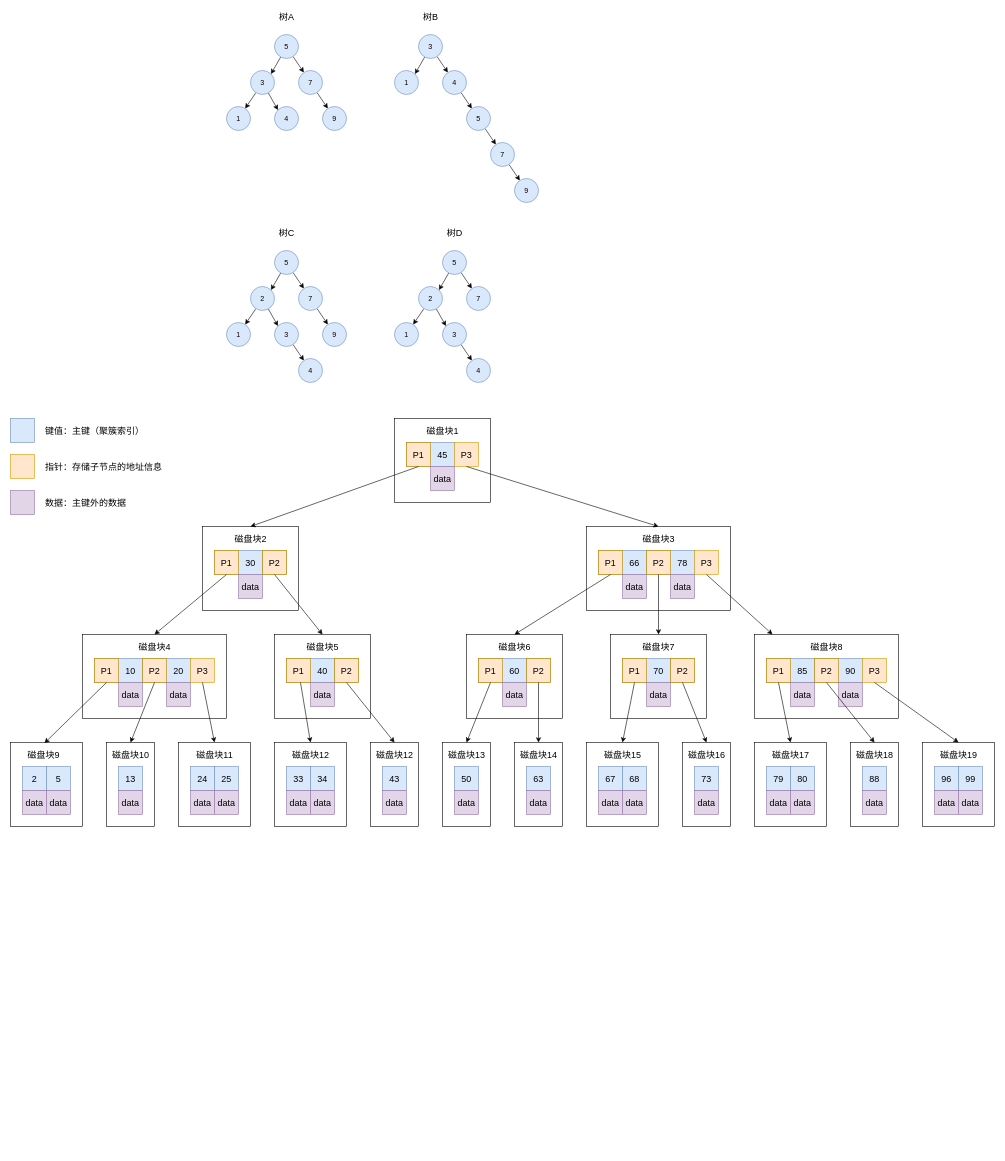
zero-97/picture-of-the-article keeps this draw.io diagram as MySQL 的 B+Tree/MySQL 的 B+Tree.drawio. Above is the earlier version. Source tidied: cells renumbered, new cells numbered last; positions are measured from the earlier drawing's top-left corner, leaving out a move shared by most shapes. Both pictures are drawn from the tidied source at 60%, with x=0, y=0 at pixel (10, 10).
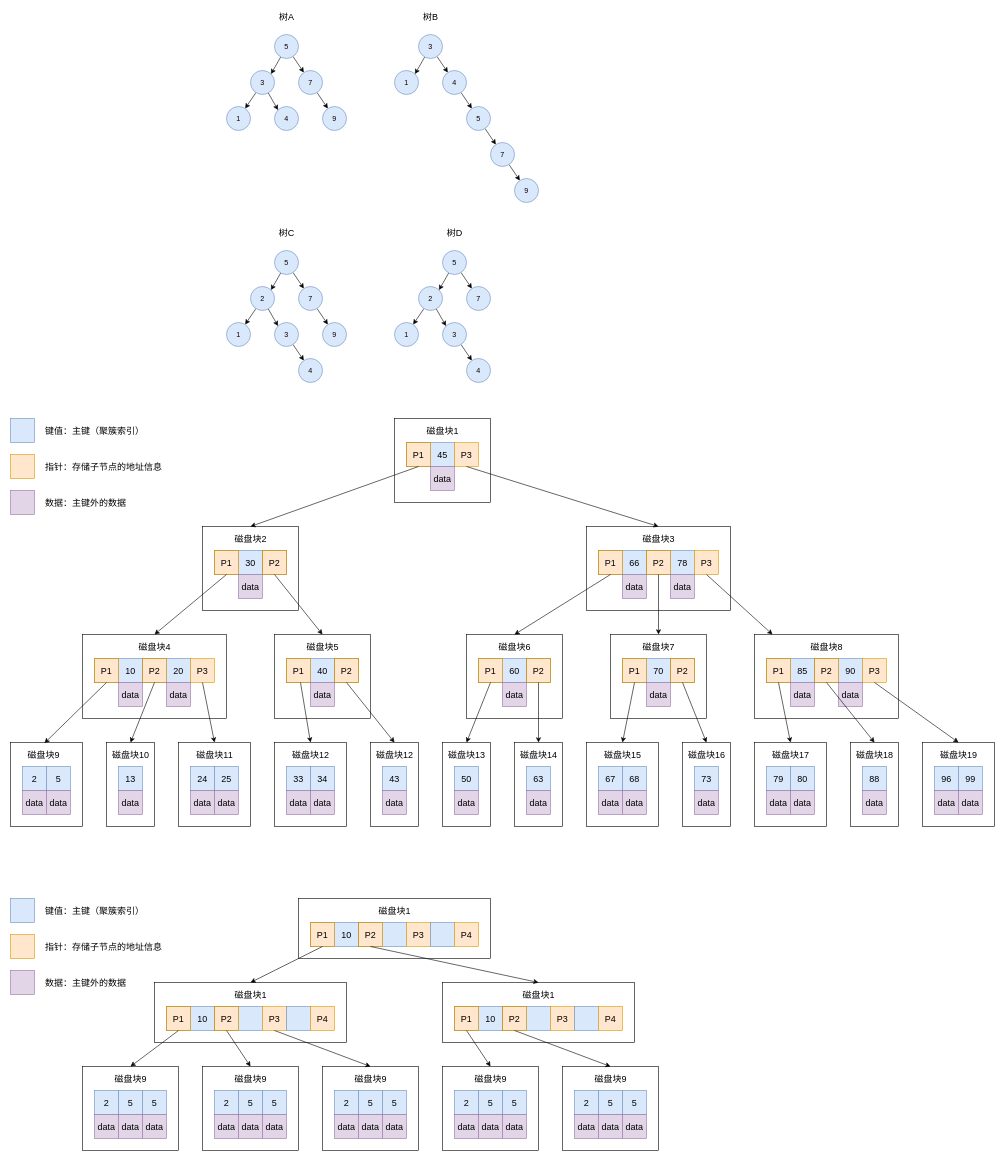
The same diagram, later.

The edit, as a diff of the source:
```diff
@@
+    <mxCell id="229" style="rounded=0;whiteSpace=wrap;html=1;fontSize=15;fillColor=#dae8fc;strokeColor=#6c8ebf;" parent="1" vertex="1">
+      <mxGeometry y="1480" width="40" height="40" as="geometry" />
+    </mxCell>
+    <mxCell id="230" style="rounded=0;whiteSpace=wrap;html=1;fontSize=15;fillColor=#ffe6cc;strokeColor=#d79b00;" parent="1" vertex="1">
+      <mxGeometry y="1540" width="40" height="40" as="geometry" />
+    </mxCell>
+    <mxCell id="231" style="rounded=0;whiteSpace=wrap;html=1;fontSize=15;fillColor=#e1d5e7;strokeColor=#9673a6;" parent="1" vertex="1">
+      <mxGeometry y="1600" width="40" height="40" as="geometry" />
+    </mxCell>
+    <mxCell id="232" value="键值：主键（聚簇索引）" style="text;html=1;align=center;verticalAlign=middle;strokeColor=none;fillColor=none;fontSize=15;" parent="1" vertex="1">
+      <mxGeometry x="50" y="1490" width="180" height="20" as="geometry" />
+    </mxCell>
+    <mxCell id="233" value="指针：存储子节点的地址信息" style="text;html=1;align=center;verticalAlign=middle;strokeColor=none;fillColor=none;fontSize=15;" parent="1" vertex="1">
+      <mxGeometry x="50" y="1550" width="210" height="20" as="geometry" />
+    </mxCell>
+    <mxCell id="234" value="数据：主键外的数据" style="text;html=1;align=center;verticalAlign=middle;strokeColor=none;fillColor=none;fontSize=15;" parent="1" vertex="1">
+      <mxGeometry x="50" y="1610" width="150" height="20" as="geometry" />
+    </mxCell>
+    <mxCell id="235" style="group;" parent="1" vertex="1">
+      <mxGeometry x="480" y="1480" width="320" height="100" as="geometry" />
+    </mxCell>
+    <mxCell id="236" style="rounded=0;whiteSpace=wrap;html=1;fontSize=15;" parent="235" vertex="1">
+      <mxGeometry width="320" height="100" as="geometry" />
+    </mxCell>
+    <mxCell id="237" style="rounded=0;whiteSpace=wrap;html=1;fontSize=15;" parent="235" vertex="1">
+      <mxGeometry x="20" y="40" width="40" height="40" as="geometry" />
+    </mxCell>
+    <mxCell id="238" value="10" style="rounded=0;whiteSpace=wrap;html=1;fontSize=15;fillColor=#dae8fc;strokeColor=#6c8ebf;" parent="235" vertex="1">
+      <mxGeometry x="60" y="40" width="40" height="40" as="geometry" />
+    </mxCell>
+    <mxCell id="239" style="rounded=0;whiteSpace=wrap;html=1;fontSize=15;" parent="235" vertex="1">
+      <mxGeometry x="100" y="40" width="40" height="40" as="geometry" />
+    </mxCell>
+    <mxCell id="240" style="rounded=0;whiteSpace=wrap;html=1;fontSize=15;fillColor=#dae8fc;strokeColor=#6c8ebf;" parent="235" vertex="1">
+      <mxGeometry x="140" y="40" width="40" height="40" as="geometry" />
+    </mxCell>
+    <mxCell id="241" value="P3" style="rounded=0;whiteSpace=wrap;html=1;fontSize=15;fillColor=#ffe6cc;strokeColor=#d79b00;" parent="235" vertex="1">
+      <mxGeometry x="180" y="40" width="40" height="40" as="geometry" />
+    </mxCell>
+    <mxCell id="242" value="P1" style="rounded=0;whiteSpace=wrap;html=1;fontSize=15;fillColor=#ffe6cc;strokeColor=#d79b00;" parent="235" vertex="1">
+      <mxGeometry x="20" y="40" width="40" height="40" as="geometry" />
+    </mxCell>
+    <mxCell id="243" value="P2" style="rounded=0;whiteSpace=wrap;html=1;fontSize=15;fillColor=#ffe6cc;strokeColor=#d79b00;" parent="235" vertex="1">
+      <mxGeometry x="100" y="40" width="40" height="40" as="geometry" />
+    </mxCell>
+    <mxCell id="244" value="磁盘块1" style="text;html=1;align=center;verticalAlign=middle;strokeColor=none;fillColor=none;fontSize=15;" parent="235" vertex="1">
+      <mxGeometry x="125" y="10" width="70" height="20" as="geometry" />
+    </mxCell>
+    <mxCell id="245" style="rounded=0;whiteSpace=wrap;html=1;fontSize=15;fillColor=#dae8fc;strokeColor=#6c8ebf;" parent="235" vertex="1">
+      <mxGeometry x="220" y="40" width="40" height="40" as="geometry" />
+    </mxCell>
+    <mxCell id="246" value="P4" style="rounded=0;whiteSpace=wrap;html=1;fontSize=15;fillColor=#ffe6cc;strokeColor=#d79b00;" parent="235" vertex="1">
+      <mxGeometry x="260" y="40" width="40" height="40" as="geometry" />
+    </mxCell>
+    <mxCell id="247" style="group;" parent="1" vertex="1">
+      <mxGeometry x="240" y="1620" width="320" height="100" as="geometry" />
+    </mxCell>
+    <mxCell id="248" style="rounded=0;whiteSpace=wrap;html=1;fontSize=15;" parent="247" vertex="1">
+      <mxGeometry width="320" height="100" as="geometry" />
+    </mxCell>
+    <mxCell id="249" style="rounded=0;whiteSpace=wrap;html=1;fontSize=15;" parent="247" vertex="1">
+      <mxGeometry x="20" y="40" width="40" height="40" as="geometry" />
+    </mxCell>
+    <mxCell id="250" value="10" style="rounded=0;whiteSpace=wrap;html=1;fontSize=15;fillColor=#dae8fc;strokeColor=#6c8ebf;" parent="247" vertex="1">
+      <mxGeometry x="60" y="40" width="40" height="40" as="geometry" />
+    </mxCell>
+    <mxCell id="251" style="rounded=0;whiteSpace=wrap;html=1;fontSize=15;" parent="247" vertex="1">
+      <mxGeometry x="100" y="40" width="40" height="40" as="geometry" />
+    </mxCell>
+    <mxCell id="252" style="rounded=0;whiteSpace=wrap;html=1;fontSize=15;fillColor=#dae8fc;strokeColor=#6c8ebf;" parent="247" vertex="1">
+      <mxGeometry x="140" y="40" width="40" height="40" as="geometry" />
+    </mxCell>
+    <mxCell id="253" value="P3" style="rounded=0;whiteSpace=wrap;html=1;fontSize=15;fillColor=#ffe6cc;strokeColor=#d79b00;" parent="247" vertex="1">
+      <mxGeometry x="180" y="40" width="40" height="40" as="geometry" />
+    </mxCell>
+    <mxCell id="254" value="P1" style="rounded=0;whiteSpace=wrap;html=1;fontSize=15;fillColor=#ffe6cc;strokeColor=#d79b00;" parent="247" vertex="1">
+      <mxGeometry x="20" y="40" width="40" height="40" as="geometry" />
+    </mxCell>
+    <mxCell id="255" value="P2" style="rounded=0;whiteSpace=wrap;html=1;fontSize=15;fillColor=#ffe6cc;strokeColor=#d79b00;" parent="247" vertex="1">
+      <mxGeometry x="100" y="40" width="40" height="40" as="geometry" />
+    </mxCell>
+    <mxCell id="256" value="磁盘块1" style="text;html=1;align=center;verticalAlign=middle;strokeColor=none;fillColor=none;fontSize=15;" parent="247" vertex="1">
+      <mxGeometry x="125" y="10" width="70" height="20" as="geometry" />
+    </mxCell>
+    <mxCell id="257" style="rounded=0;whiteSpace=wrap;html=1;fontSize=15;fillColor=#dae8fc;strokeColor=#6c8ebf;" parent="247" vertex="1">
+      <mxGeometry x="220" y="40" width="40" height="40" as="geometry" />
+    </mxCell>
+    <mxCell id="258" value="P4" style="rounded=0;whiteSpace=wrap;html=1;fontSize=15;fillColor=#ffe6cc;strokeColor=#d79b00;" parent="247" vertex="1">
+      <mxGeometry x="260" y="40" width="40" height="40" as="geometry" />
+    </mxCell>
+    <mxCell id="259" style="group;" parent="1" vertex="1">
+      <mxGeometry x="720" y="1620" width="320" height="100" as="geometry" />
+    </mxCell>
+    <mxCell id="260" style="rounded=0;whiteSpace=wrap;html=1;fontSize=15;" parent="259" vertex="1">
+      <mxGeometry width="320" height="100" as="geometry" />
+    </mxCell>
+    <mxCell id="261" style="rounded=0;whiteSpace=wrap;html=1;fontSize=15;" parent="259" vertex="1">
+      <mxGeometry x="20" y="40" width="40" height="40" as="geometry" />
+    </mxCell>
+    <mxCell id="262" value="10" style="rounded=0;whiteSpace=wrap;html=1;fontSize=15;fillColor=#dae8fc;strokeColor=#6c8ebf;" parent="259" vertex="1">
+      <mxGeometry x="60" y="40" width="40" height="40" as="geometry" />
+    </mxCell>
+    <mxCell id="263" style="rounded=0;whiteSpace=wrap;html=1;fontSize=15;" parent="259" vertex="1">
+      <mxGeometry x="100" y="40" width="40" height="40" as="geometry" />
+    </mxCell>
+    <mxCell id="264" style="rounded=0;whiteSpace=wrap;html=1;fontSize=15;fillColor=#dae8fc;strokeColor=#6c8ebf;" parent="259" vertex="1">
+      <mxGeometry x="140" y="40" width="40" height="40" as="geometry" />
+    </mxCell>
+    <mxCell id="265" value="P3" style="rounded=0;whiteSpace=wrap;html=1;fontSize=15;fillColor=#ffe6cc;strokeColor=#d79b00;" parent="259" vertex="1">
+      <mxGeometry x="180" y="40" width="40" height="40" as="geometry" />
+    </mxCell>
+    <mxCell id="266" value="P1" style="rounded=0;whiteSpace=wrap;html=1;fontSize=15;fillColor=#ffe6cc;strokeColor=#d79b00;" parent="259" vertex="1">
+      <mxGeometry x="20" y="40" width="40" height="40" as="geometry" />
+    </mxCell>
+    <mxCell id="267" value="P2" style="rounded=0;whiteSpace=wrap;html=1;fontSize=15;fillColor=#ffe6cc;strokeColor=#d79b00;" parent="259" vertex="1">
+      <mxGeometry x="100" y="40" width="40" height="40" as="geometry" />
+    </mxCell>
+    <mxCell id="268" value="磁盘块1" style="text;html=1;align=center;verticalAlign=middle;strokeColor=none;fillColor=none;fontSize=15;" parent="259" vertex="1">
+      <mxGeometry x="125" y="10" width="70" height="20" as="geometry" />
+    </mxCell>
+    <mxCell id="269" style="rounded=0;whiteSpace=wrap;html=1;fontSize=15;fillColor=#dae8fc;strokeColor=#6c8ebf;" parent="259" vertex="1">
+      <mxGeometry x="220" y="40" width="40" height="40" as="geometry" />
+    </mxCell>
+    <mxCell id="270" value="P4" style="rounded=0;whiteSpace=wrap;html=1;fontSize=15;fillColor=#ffe6cc;strokeColor=#d79b00;" parent="259" vertex="1">
+      <mxGeometry x="260" y="40" width="40" height="40" as="geometry" />
+    </mxCell>
+    <mxCell id="271" style="edgeStyle=none;rounded=0;jettySize=auto;html=1;entryX=0.5;entryY=0;entryDx=0;entryDy=0;fontSize=15;exitX=0.5;exitY=1;exitDx=0;exitDy=0;" parent="1" edge="1" source="242" target="248">
+      <mxGeometry relative="1" as="geometry" />
+    </mxCell>
+    <mxCell id="272" style="edgeStyle=none;rounded=0;jettySize=auto;html=1;entryX=0.5;entryY=0;entryDx=0;entryDy=0;fontSize=15;exitX=0.5;exitY=1;exitDx=0;exitDy=0;" parent="1" edge="1" source="243" target="260">
+      <mxGeometry relative="1" as="geometry" />
+    </mxCell>
+    <mxCell id="273" style="group;" parent="1" vertex="1">
+      <mxGeometry x="520" y="1760" width="160" height="140" as="geometry" />
+    </mxCell>
+    <mxCell id="274" style="rounded=0;whiteSpace=wrap;html=1;fontSize=15;" parent="273" vertex="1">
+      <mxGeometry width="160" height="140" as="geometry" />
+    </mxCell>
+    <mxCell id="275" value="2" style="rounded=0;whiteSpace=wrap;html=1;fontSize=15;fillColor=#dae8fc;strokeColor=#6c8ebf;" parent="273" vertex="1">
+      <mxGeometry x="20" y="40" width="40" height="40" as="geometry" />
+    </mxCell>
+    <mxCell id="276" value="data" style="rounded=0;whiteSpace=wrap;html=1;fontSize=15;fillColor=#e1d5e7;strokeColor=#9673a6;" parent="273" vertex="1">
+      <mxGeometry x="20" y="80" width="40" height="40" as="geometry" />
+    </mxCell>
+    <mxCell id="277" value="磁盘块9" style="text;html=1;align=center;verticalAlign=middle;strokeColor=none;fillColor=none;fontSize=15;" parent="273" vertex="1">
+      <mxGeometry x="45" y="10" width="70" height="20" as="geometry" />
+    </mxCell>
+    <mxCell id="278" value="5" style="rounded=0;whiteSpace=wrap;html=1;fontSize=15;fillColor=#dae8fc;strokeColor=#6c8ebf;" parent="273" vertex="1">
+      <mxGeometry x="60" y="40" width="40" height="40" as="geometry" />
+    </mxCell>
+    <mxCell id="279" value="data" style="rounded=0;whiteSpace=wrap;html=1;fontSize=15;fillColor=#e1d5e7;strokeColor=#9673a6;" parent="273" vertex="1">
+      <mxGeometry x="60" y="80" width="40" height="40" as="geometry" />
+    </mxCell>
+    <mxCell id="280" value="5" style="rounded=0;whiteSpace=wrap;html=1;fontSize=15;fillColor=#dae8fc;strokeColor=#6c8ebf;" parent="273" vertex="1">
+      <mxGeometry x="100" y="40" width="40" height="40" as="geometry" />
+    </mxCell>
+    <mxCell id="281" value="data" style="rounded=0;whiteSpace=wrap;html=1;fontSize=15;fillColor=#e1d5e7;strokeColor=#9673a6;" parent="273" vertex="1">
+      <mxGeometry x="100" y="80" width="40" height="40" as="geometry" />
+    </mxCell>
+    <mxCell id="282" style="group;" parent="1" vertex="1">
+      <mxGeometry x="320" y="1760" width="160" height="140" as="geometry" />
+    </mxCell>
+    <mxCell id="283" style="rounded=0;whiteSpace=wrap;html=1;fontSize=15;" parent="282" vertex="1">
+      <mxGeometry width="160" height="140" as="geometry" />
+    </mxCell>
+    <mxCell id="284" value="2" style="rounded=0;whiteSpace=wrap;html=1;fontSize=15;fillColor=#dae8fc;strokeColor=#6c8ebf;" parent="282" vertex="1">
+      <mxGeometry x="20" y="40" width="40" height="40" as="geometry" />
+    </mxCell>
+    <mxCell id="285" value="data" style="rounded=0;whiteSpace=wrap;html=1;fontSize=15;fillColor=#e1d5e7;strokeColor=#9673a6;" parent="282" vertex="1">
+      <mxGeometry x="20" y="80" width="40" height="40" as="geometry" />
+    </mxCell>
+    <mxCell id="286" value="磁盘块9" style="text;html=1;align=center;verticalAlign=middle;strokeColor=none;fillColor=none;fontSize=15;" parent="282" vertex="1">
+      <mxGeometry x="45" y="10" width="70" height="20" as="geometry" />
+    </mxCell>
+    <mxCell id="287" value="5" style="rounded=0;whiteSpace=wrap;html=1;fontSize=15;fillColor=#dae8fc;strokeColor=#6c8ebf;" parent="282" vertex="1">
+      <mxGeometry x="60" y="40" width="40" height="40" as="geometry" />
+    </mxCell>
+    <mxCell id="288" value="data" style="rounded=0;whiteSpace=wrap;html=1;fontSize=15;fillColor=#e1d5e7;strokeColor=#9673a6;" parent="282" vertex="1">
+      <mxGeometry x="60" y="80" width="40" height="40" as="geometry" />
+    </mxCell>
+    <mxCell id="289" value="5" style="rounded=0;whiteSpace=wrap;html=1;fontSize=15;fillColor=#dae8fc;strokeColor=#6c8ebf;" parent="282" vertex="1">
+      <mxGeometry x="100" y="40" width="40" height="40" as="geometry" />
+    </mxCell>
+    <mxCell id="290" value="data" style="rounded=0;whiteSpace=wrap;html=1;fontSize=15;fillColor=#e1d5e7;strokeColor=#9673a6;" parent="282" vertex="1">
+      <mxGeometry x="100" y="80" width="40" height="40" as="geometry" />
+    </mxCell>
+    <mxCell id="291" style="group;" parent="1" vertex="1">
+      <mxGeometry x="120" y="1760" width="160" height="140" as="geometry" />
+    </mxCell>
+    <mxCell id="292" style="rounded=0;whiteSpace=wrap;html=1;fontSize=15;" parent="291" vertex="1">
+      <mxGeometry width="160" height="140" as="geometry" />
+    </mxCell>
+    <mxCell id="293" value="2" style="rounded=0;whiteSpace=wrap;html=1;fontSize=15;fillColor=#dae8fc;strokeColor=#6c8ebf;" parent="291" vertex="1">
+      <mxGeometry x="20" y="40" width="40" height="40" as="geometry" />
+    </mxCell>
+    <mxCell id="294" value="data" style="rounded=0;whiteSpace=wrap;html=1;fontSize=15;fillColor=#e1d5e7;strokeColor=#9673a6;" parent="291" vertex="1">
+      <mxGeometry x="20" y="80" width="40" height="40" as="geometry" />
+    </mxCell>
+    <mxCell id="295" value="磁盘块9" style="text;html=1;align=center;verticalAlign=middle;strokeColor=none;fillColor=none;fontSize=15;" parent="291" vertex="1">
+      <mxGeometry x="45" y="10" width="70" height="20" as="geometry" />
+    </mxCell>
+    <mxCell id="296" value="5" style="rounded=0;whiteSpace=wrap;html=1;fontSize=15;fillColor=#dae8fc;strokeColor=#6c8ebf;" parent="291" vertex="1">
+      <mxGeometry x="60" y="40" width="40" height="40" as="geometry" />
+    </mxCell>
+    <mxCell id="297" value="data" style="rounded=0;whiteSpace=wrap;html=1;fontSize=15;fillColor=#e1d5e7;strokeColor=#9673a6;" parent="291" vertex="1">
+      <mxGeometry x="60" y="80" width="40" height="40" as="geometry" />
+    </mxCell>
+    <mxCell id="298" value="5" style="rounded=0;whiteSpace=wrap;html=1;fontSize=15;fillColor=#dae8fc;strokeColor=#6c8ebf;" parent="291" vertex="1">
+      <mxGeometry x="100" y="40" width="40" height="40" as="geometry" />
+    </mxCell>
+    <mxCell id="299" value="data" style="rounded=0;whiteSpace=wrap;html=1;fontSize=15;fillColor=#e1d5e7;strokeColor=#9673a6;" parent="291" vertex="1">
+      <mxGeometry x="100" y="80" width="40" height="40" as="geometry" />
+    </mxCell>
+    <mxCell id="300" style="group;" parent="1" vertex="1">
+      <mxGeometry x="720" y="1760" width="160" height="140" as="geometry" />
+    </mxCell>
+    <mxCell id="301" style="rounded=0;whiteSpace=wrap;html=1;fontSize=15;" parent="300" vertex="1">
+      <mxGeometry width="160" height="140" as="geometry" />
+    </mxCell>
+    <mxCell id="302" value="2" style="rounded=0;whiteSpace=wrap;html=1;fontSize=15;fillColor=#dae8fc;strokeColor=#6c8ebf;" parent="300" vertex="1">
+      <mxGeometry x="20" y="40" width="40" height="40" as="geometry" />
+    </mxCell>
+    <mxCell id="303" value="data" style="rounded=0;whiteSpace=wrap;html=1;fontSize=15;fillColor=#e1d5e7;strokeColor=#9673a6;" parent="300" vertex="1">
+      <mxGeometry x="20" y="80" width="40" height="40" as="geometry" />
+    </mxCell>
+    <mxCell id="304" value="磁盘块9" style="text;html=1;align=center;verticalAlign=middle;strokeColor=none;fillColor=none;fontSize=15;" parent="300" vertex="1">
+      <mxGeometry x="45" y="10" width="70" height="20" as="geometry" />
+    </mxCell>
+    <mxCell id="305" value="5" style="rounded=0;whiteSpace=wrap;html=1;fontSize=15;fillColor=#dae8fc;strokeColor=#6c8ebf;" parent="300" vertex="1">
+      <mxGeometry x="60" y="40" width="40" height="40" as="geometry" />
+    </mxCell>
+    <mxCell id="306" value="data" style="rounded=0;whiteSpace=wrap;html=1;fontSize=15;fillColor=#e1d5e7;strokeColor=#9673a6;" parent="300" vertex="1">
+      <mxGeometry x="60" y="80" width="40" height="40" as="geometry" />
+    </mxCell>
+    <mxCell id="307" value="5" style="rounded=0;whiteSpace=wrap;html=1;fontSize=15;fillColor=#dae8fc;strokeColor=#6c8ebf;" parent="300" vertex="1">
+      <mxGeometry x="100" y="40" width="40" height="40" as="geometry" />
+    </mxCell>
+    <mxCell id="308" value="data" style="rounded=0;whiteSpace=wrap;html=1;fontSize=15;fillColor=#e1d5e7;strokeColor=#9673a6;" parent="300" vertex="1">
+      <mxGeometry x="100" y="80" width="40" height="40" as="geometry" />
+    </mxCell>
+    <mxCell id="309" style="group;" parent="1" vertex="1">
+      <mxGeometry x="920" y="1760" width="160" height="140" as="geometry" />
+    </mxCell>
+    <mxCell id="310" style="rounded=0;whiteSpace=wrap;html=1;fontSize=15;" parent="309" vertex="1">
+      <mxGeometry width="160" height="140" as="geometry" />
+    </mxCell>
+    <mxCell id="311" value="2" style="rounded=0;whiteSpace=wrap;html=1;fontSize=15;fillColor=#dae8fc;strokeColor=#6c8ebf;" parent="309" vertex="1">
+      <mxGeometry x="20" y="40" width="40" height="40" as="geometry" />
+    </mxCell>
+    <mxCell id="312" value="data" style="rounded=0;whiteSpace=wrap;html=1;fontSize=15;fillColor=#e1d5e7;strokeColor=#9673a6;" parent="309" vertex="1">
+      <mxGeometry x="20" y="80" width="40" height="40" as="geometry" />
+    </mxCell>
+    <mxCell id="313" value="磁盘块9" style="text;html=1;align=center;verticalAlign=middle;strokeColor=none;fillColor=none;fontSize=15;" parent="309" vertex="1">
+      <mxGeometry x="45" y="10" width="70" height="20" as="geometry" />
+    </mxCell>
+    <mxCell id="314" value="5" style="rounded=0;whiteSpace=wrap;html=1;fontSize=15;fillColor=#dae8fc;strokeColor=#6c8ebf;" parent="309" vertex="1">
+      <mxGeometry x="60" y="40" width="40" height="40" as="geometry" />
+    </mxCell>
+    <mxCell id="315" value="data" style="rounded=0;whiteSpace=wrap;html=1;fontSize=15;fillColor=#e1d5e7;strokeColor=#9673a6;" parent="309" vertex="1">
+      <mxGeometry x="60" y="80" width="40" height="40" as="geometry" />
+    </mxCell>
+    <mxCell id="316" value="5" style="rounded=0;whiteSpace=wrap;html=1;fontSize=15;fillColor=#dae8fc;strokeColor=#6c8ebf;" parent="309" vertex="1">
+      <mxGeometry x="100" y="40" width="40" height="40" as="geometry" />
+    </mxCell>
+    <mxCell id="317" value="data" style="rounded=0;whiteSpace=wrap;html=1;fontSize=15;fillColor=#e1d5e7;strokeColor=#9673a6;" parent="309" vertex="1">
+      <mxGeometry x="100" y="80" width="40" height="40" as="geometry" />
+    </mxCell>
+    <mxCell id="318" style="edgeStyle=none;rounded=0;jettySize=auto;html=1;entryX=0.5;entryY=0;entryDx=0;entryDy=0;fontSize=15;exitX=0.5;exitY=1;exitDx=0;exitDy=0;" parent="1" edge="1" source="254" target="292">
+      <mxGeometry relative="1" as="geometry" />
+    </mxCell>
+    <mxCell id="319" style="edgeStyle=none;rounded=0;jettySize=auto;html=1;entryX=0.5;entryY=0;entryDx=0;entryDy=0;fontSize=15;exitX=0.5;exitY=1;exitDx=0;exitDy=0;" parent="1" edge="1" source="255" target="283">
+      <mxGeometry relative="1" as="geometry" />
+    </mxCell>
+    <mxCell id="320" style="edgeStyle=none;rounded=0;jettySize=auto;html=1;entryX=0.5;entryY=0;entryDx=0;entryDy=0;fontSize=15;exitX=0.5;exitY=1;exitDx=0;exitDy=0;" parent="1" edge="1" source="253" target="274">
+      <mxGeometry relative="1" as="geometry" />
+    </mxCell>
+    <mxCell id="321" style="edgeStyle=none;rounded=0;jettySize=auto;html=1;entryX=0.5;entryY=0;entryDx=0;entryDy=0;fontSize=15;exitX=0.5;exitY=1;exitDx=0;exitDy=0;" parent="1" edge="1" source="266" target="301">
+      <mxGeometry relative="1" as="geometry" />
+    </mxCell>
+    <mxCell id="322" style="edgeStyle=none;rounded=0;jettySize=auto;html=1;entryX=0.5;entryY=0;entryDx=0;entryDy=0;fontSize=15;exitX=0.5;exitY=1;exitDx=0;exitDy=0;" parent="1" edge="1" source="267" target="310">
+      <mxGeometry relative="1" as="geometry" />
+    </mxCell>
```
